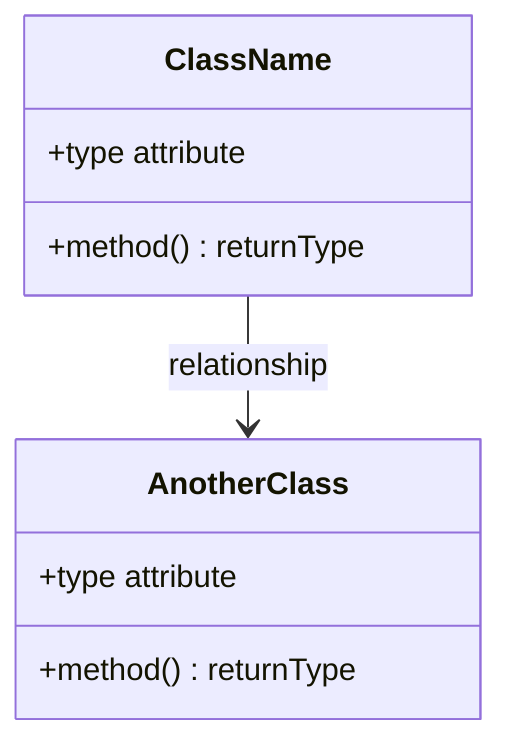
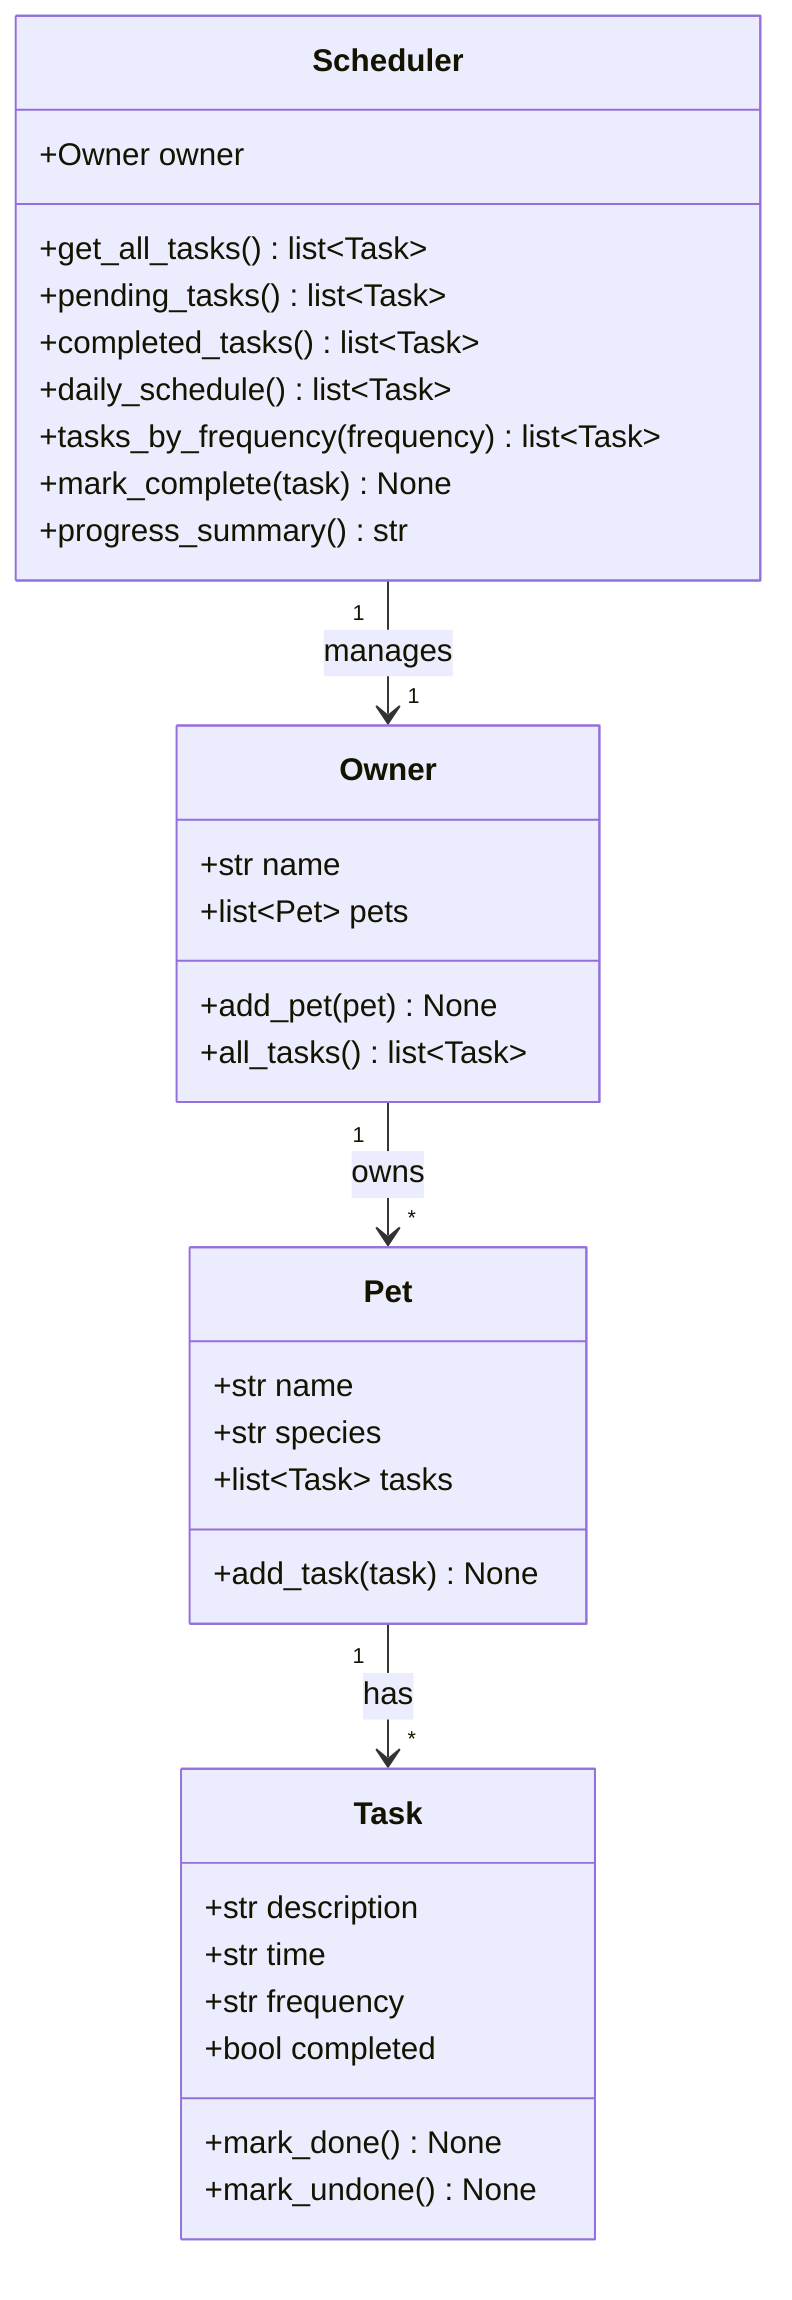
classDiagram
-     %% Replace the placeholders below with your actual classes, attributes, methods, and relationships.
-     %% Keep this file updated so it matches your final implementation.
+     %% PawPal+ class diagram

-     class ClassName {
-         +type attribute
-         +method() returnType
+     class Task {
+         +str description
+         +str time
+         +str frequency
+         +bool completed
+         +mark_done() None
+         +mark_undone() None
    }

-     class AnotherClass {
-         +type attribute
-         +method() returnType
+     class Pet {
+         +str name
+         +str species
+         +list~Task~ tasks
+         +add_task(task) None
    }

-     ClassName --> AnotherClass : relationship
+     class Owner {
+         +str name
+         +list~Pet~ pets
+         +add_pet(pet) None
+         +all_tasks() list~Task~
+     }
+ 
+     class Scheduler {
+         +Owner owner
+         +get_all_tasks() list~Task~
+         +pending_tasks() list~Task~
+         +completed_tasks() list~Task~
+         +daily_schedule() list~Task~
+         +tasks_by_frequency(frequency) list~Task~
+         +mark_complete(task) None
+         +progress_summary() str
+     }
+ 
+     Owner "1" --> "*" Pet : owns
+     Pet "1" --> "*" Task : has
+     Scheduler "1" --> "1" Owner : manages
